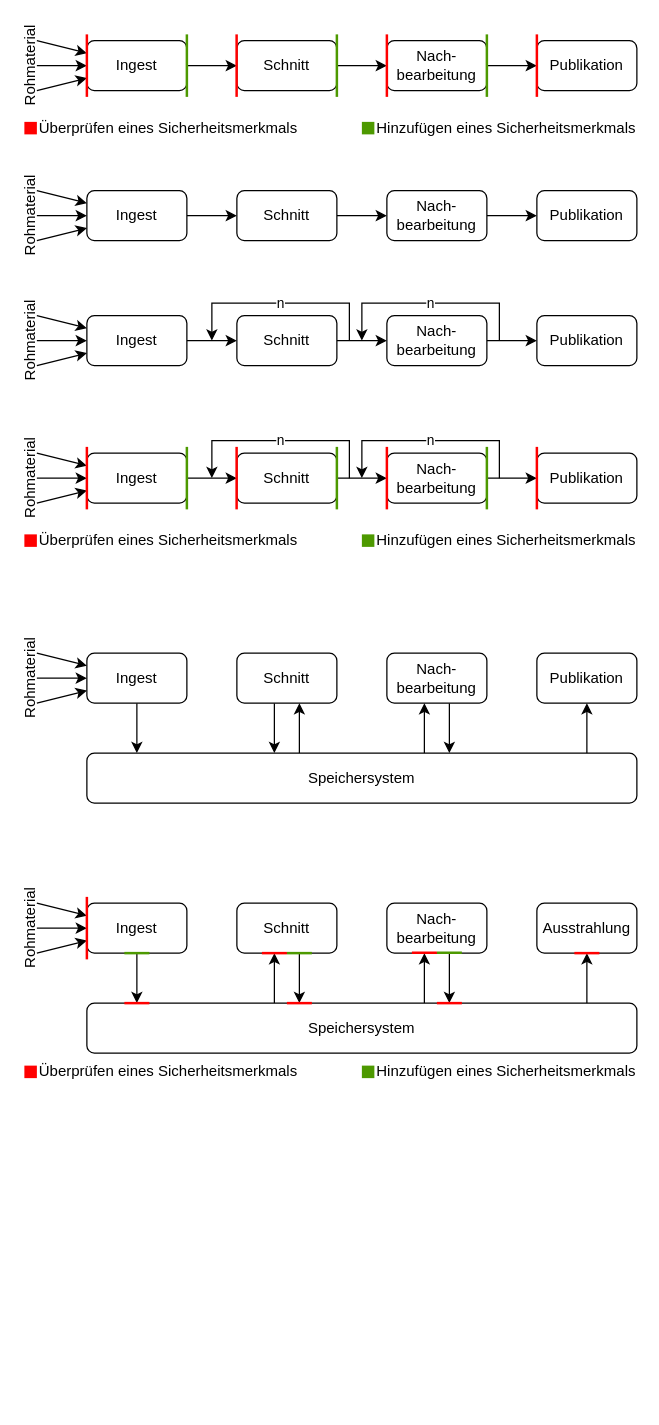
Earlier version of the draw.io diagram Produktionsprozess.drawio (timteller/Grafiken_Bachelorarbeit). Source tidied: cells renumbered, new cells numbered last; positions are measured from the earlier drawing's top-left corner, leaving out a move shared by most shapes. Both pictures are drawn from the tidied source at 125%, with x=0, y=0 at pixel (-14, 34).
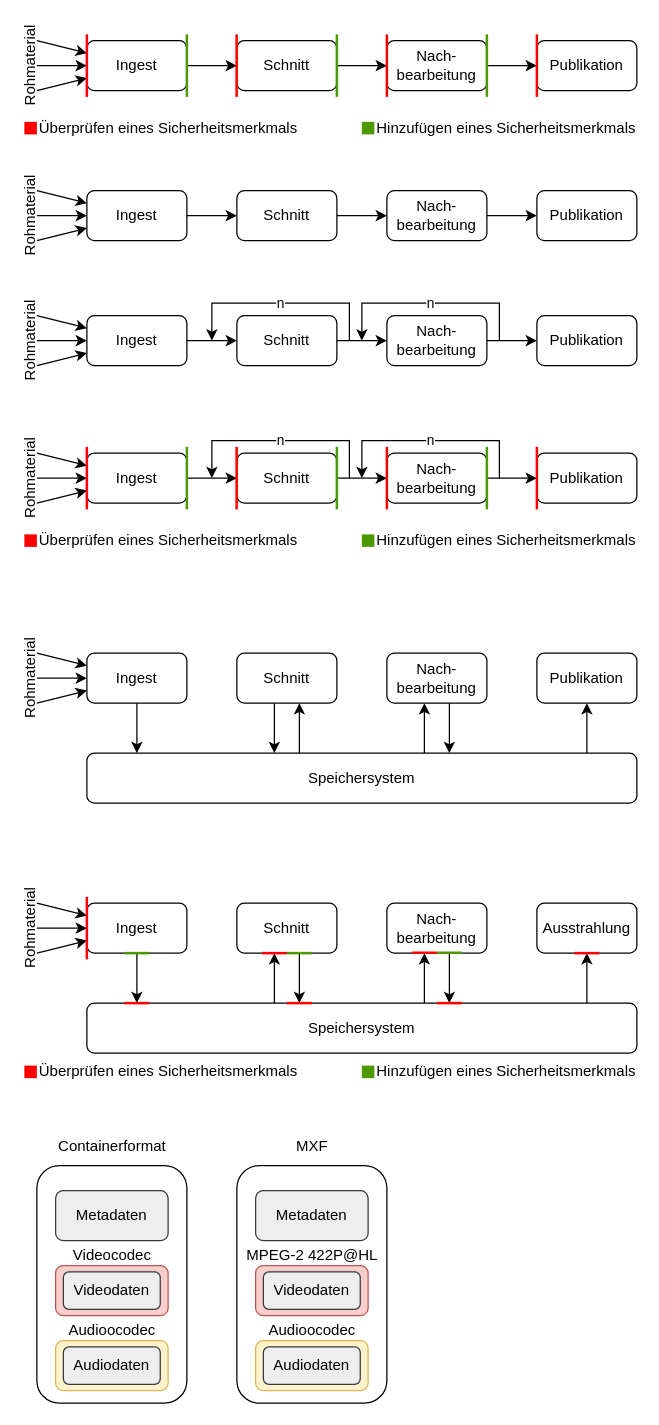
The same diagram, later.

Change to the diagram source:
```diff
@@
+    <mxCell id="121" parent="0" />
+    <mxCell id="122" style="rounded=1;whiteSpace=wrap;html=1;" parent="121" vertex="1">
+      <mxGeometry x="40" y="905" width="120" height="190" as="geometry" />
+    </mxCell>
+    <mxCell id="123" style="rounded=1;whiteSpace=wrap;html=1;fillColor=#f8cecc;strokeColor=#b85450;" parent="121" vertex="1">
+      <mxGeometry x="55" y="985" width="90" height="40" as="geometry" />
+    </mxCell>
+    <mxCell id="124" style="rounded=1;whiteSpace=wrap;html=1;fillColor=#fff2cc;strokeColor=#d6b656;" parent="121" vertex="1">
+      <mxGeometry x="55" y="1045" width="90" height="40" as="geometry" />
+    </mxCell>
+    <mxCell id="125" value="Containerformat" style="text;html=1;align=center;verticalAlign=middle;strokeColor=none;fillColor=none;" parent="121" vertex="1">
+      <mxGeometry x="45" y="875" width="110" height="30" as="geometry" />
+    </mxCell>
+    <mxCell id="126" value="Videocodec" style="text;html=1;align=center;verticalAlign=middle;strokeColor=none;fillColor=none;" parent="121" vertex="1">
+      <mxGeometry x="55" y="962" width="90" height="30" as="geometry" />
+    </mxCell>
+    <mxCell id="127" value="Audioocodec" style="text;html=1;align=center;verticalAlign=middle;strokeColor=none;fillColor=none;rotation=0;" parent="121" vertex="1">
+      <mxGeometry x="55" y="1022" width="90" height="30" as="geometry" />
+    </mxCell>
+    <mxCell id="128" value="Metadaten" style="rounded=1;whiteSpace=wrap;html=1;fillColor=#eeeeee;strokeColor=#36393d;" parent="121" vertex="1">
+      <mxGeometry x="55" y="925" width="90" height="40" as="geometry" />
+    </mxCell>
+    <mxCell id="129" value="Videodaten" style="rounded=1;whiteSpace=wrap;html=1;fillColor=#eeeeee;strokeColor=#36393d;" parent="121" vertex="1">
+      <mxGeometry x="61.2" y="990" width="77.5" height="30" as="geometry" />
+    </mxCell>
+    <mxCell id="130" value="Audiodaten" style="rounded=1;whiteSpace=wrap;html=1;fillColor=#eeeeee;strokeColor=#36393d;" parent="121" vertex="1">
+      <mxGeometry x="61.2" y="1050" width="77.5" height="30" as="geometry" />
+    </mxCell>
+    <mxCell id="131" parent="0" />
+    <mxCell id="132" style="rounded=1;whiteSpace=wrap;html=1;" parent="131" vertex="1">
+      <mxGeometry x="200" y="905" width="120" height="190" as="geometry" />
+    </mxCell>
+    <mxCell id="133" style="rounded=1;whiteSpace=wrap;html=1;fillColor=#f8cecc;strokeColor=#b85450;" parent="131" vertex="1">
+      <mxGeometry x="215" y="985" width="90" height="40" as="geometry" />
+    </mxCell>
+    <mxCell id="134" style="rounded=1;whiteSpace=wrap;html=1;fillColor=#fff2cc;strokeColor=#d6b656;" parent="131" vertex="1">
+      <mxGeometry x="215" y="1045" width="90" height="40" as="geometry" />
+    </mxCell>
+    <mxCell id="135" value="MXF" style="text;html=1;align=center;verticalAlign=middle;strokeColor=none;fillColor=none;" parent="131" vertex="1">
+      <mxGeometry x="235" y="875" width="50" height="30" as="geometry" />
+    </mxCell>
+    <mxCell id="136" value="MPEG-2 422P@HL" style="text;html=1;align=center;verticalAlign=middle;strokeColor=none;fillColor=none;" parent="131" vertex="1">
+      <mxGeometry x="195" y="962" width="130" height="30" as="geometry" />
+    </mxCell>
+    <mxCell id="137" value="Audioocodec" style="text;html=1;align=center;verticalAlign=middle;strokeColor=none;fillColor=none;rotation=0;" parent="131" vertex="1">
+      <mxGeometry x="215" y="1022" width="90" height="30" as="geometry" />
+    </mxCell>
+    <mxCell id="138" value="Metadaten" style="rounded=1;whiteSpace=wrap;html=1;fillColor=#eeeeee;strokeColor=#36393d;" parent="131" vertex="1">
+      <mxGeometry x="215" y="925" width="90" height="40" as="geometry" />
+    </mxCell>
+    <mxCell id="139" value="Videodaten" style="rounded=1;whiteSpace=wrap;html=1;fillColor=#eeeeee;strokeColor=#36393d;" parent="131" vertex="1">
+      <mxGeometry x="221.2" y="990" width="77.5" height="30" as="geometry" />
+    </mxCell>
+    <mxCell id="140" value="Audiodaten" style="rounded=1;whiteSpace=wrap;html=1;fillColor=#eeeeee;strokeColor=#36393d;" parent="131" vertex="1">
+      <mxGeometry x="221.2" y="1050" width="77.5" height="30" as="geometry" />
+    </mxCell>
```
